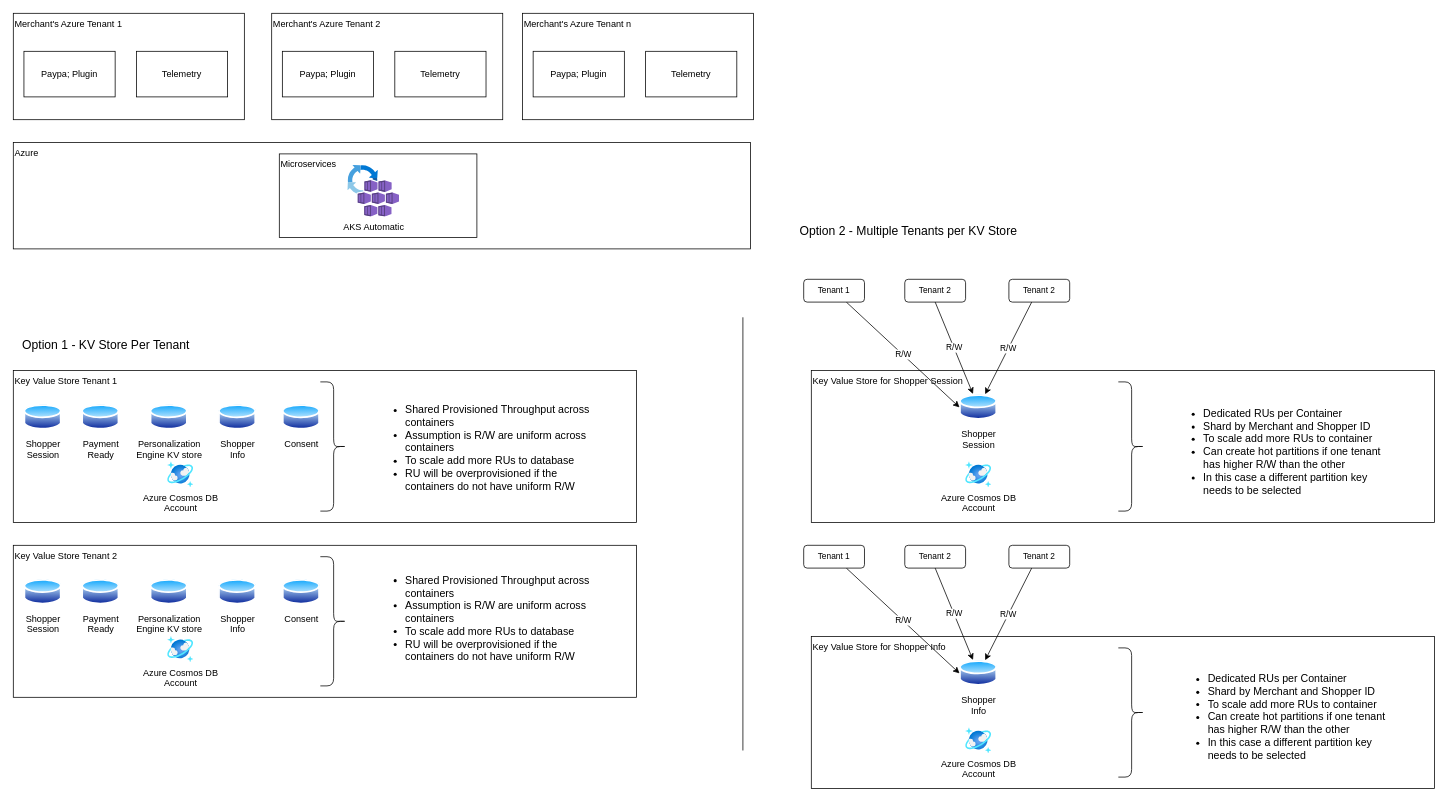
This is page "KV Store Design - Option 1" (2 of 5) of CC.drawio from anildwarepo/draw.io-artifacts, a draw.io file, before an edit. Source tidied: cells renumbered, new cells numbered last; positions are measured from the earlier drawing's top-left corner, leaving out a move shared by most shapes. Both pictures are drawn from the tidied source at 76%, with x=0, y=0 at pixel (13, 13).
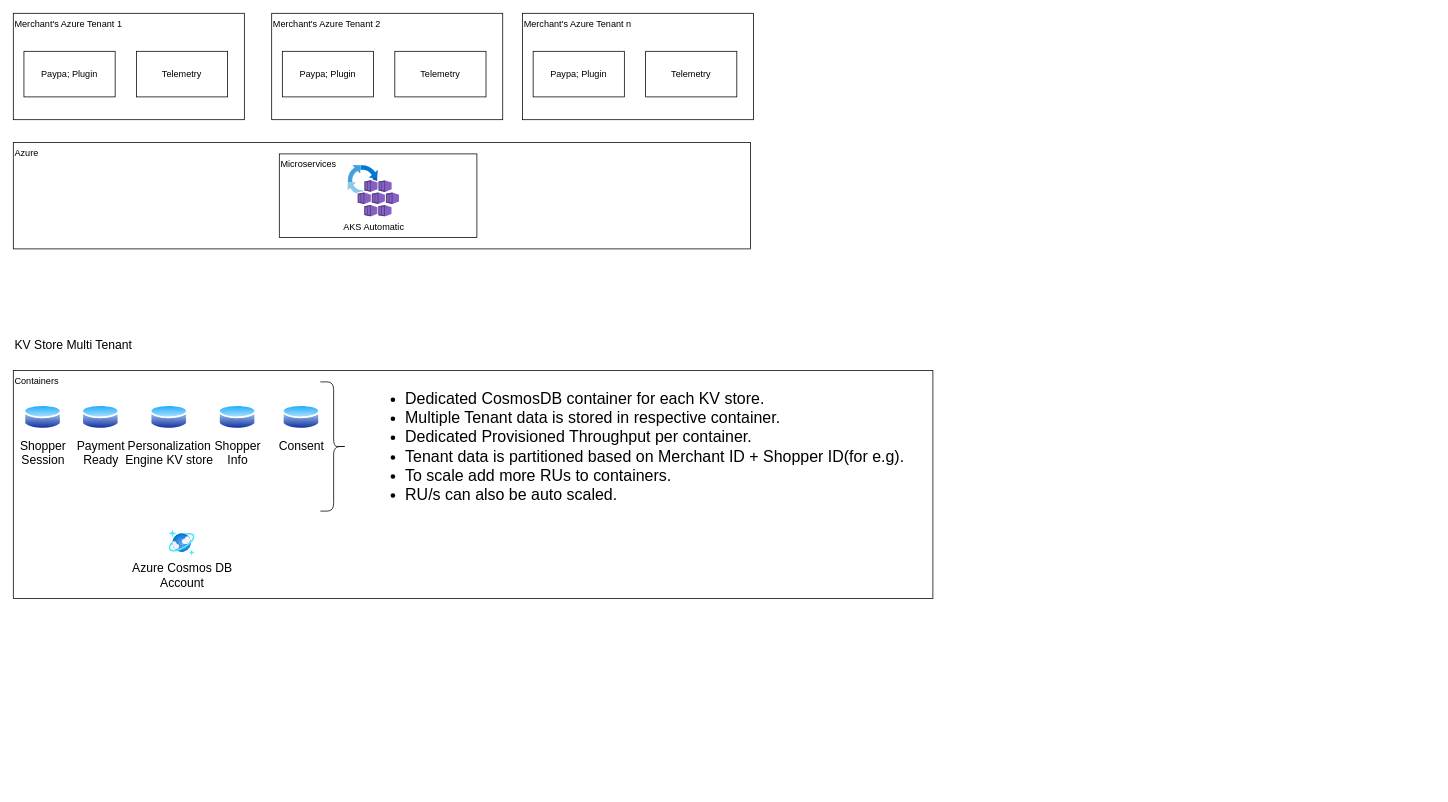
Above is the later version.

The edit, as a diff of the source:
```diff
@@
-    <mxCell id="14" value="Key Value Store Tenant 1" style="rounded=0;whiteSpace=wrap;html=1;align=left;verticalAlign=top;" parent="1" vertex="1">
-      <mxGeometry y="470" width="820" height="200" as="geometry" />
+    <mxCell id="14" value="Containers" style="rounded=0;whiteSpace=wrap;html=1;align=left;verticalAlign=top;" parent="1" vertex="1">
+      <mxGeometry y="470" width="1210" height="300" as="geometry" />
     </mxCell>
-    <mxCell id="15" value="Azure Cosmos DB&lt;div&gt;Account&lt;/div&gt;" style="image;html=1;align=center;fontSize=12;image=img/lib/azure2/databases/Azure_Cosmos_DB.svg;" parent="1" vertex="1">
-      <mxGeometry x="203" y="590" width="34" height="34" as="geometry" />
+    <mxCell id="15" value="Azure Cosmos DB&lt;div style=&quot;font-size: 16px;&quot;&gt;Account&lt;/div&gt;" style="image;html=1;align=center;fontSize=16;image=img/lib/azure2/databases/Azure_Cosmos_DB.svg;" parent="1" vertex="1">
+      <mxGeometry x="205" y="680" width="34" height="34" as="geometry" />
     </mxCell>
-    <mxCell id="16" value="Shopper&lt;div&gt;Session&lt;/div&gt;" style="image;perimeter=ellipsePerimeter;html=1;align=center;shadow=0;dashed=0;spacingTop=3;image=img/lib/active_directory/database.svg;imageBackground=none;" parent="1" vertex="1">
+    <mxCell id="16" value="Shopper&lt;div style=&quot;font-size: 16px;&quot;&gt;Session&lt;/div&gt;" style="image;perimeter=ellipsePerimeter;html=1;align=center;shadow=0;dashed=0;spacingTop=3;image=img/lib/active_directory/database.svg;imageBackground=none;fontSize=16;" parent="1" vertex="1">
       <mxGeometry x="14" y="513" width="50" height="37" as="geometry" />
     </mxCell>
-    <mxCell id="17" value="Shopper&lt;div&gt;Info&lt;/div&gt;" style="image;perimeter=ellipsePerimeter;html=1;align=center;shadow=0;dashed=0;spacingTop=3;image=img/lib/active_directory/database.svg;" parent="1" vertex="1">
+    <mxCell id="17" value="Shopper&lt;div style=&quot;font-size: 16px;&quot;&gt;Info&lt;/div&gt;" style="image;perimeter=ellipsePerimeter;html=1;align=center;shadow=0;dashed=0;spacingTop=3;image=img/lib/active_directory/database.svg;fontSize=16;" parent="1" vertex="1">
       <mxGeometry x="270" y="513" width="50" height="37" as="geometry" />
     </mxCell>
-    <mxCell id="18" value="Consent" style="image;perimeter=ellipsePerimeter;html=1;align=center;shadow=0;dashed=0;spacingTop=3;image=img/lib/active_directory/database.svg;" parent="1" vertex="1">
+    <mxCell id="18" value="Consent" style="image;perimeter=ellipsePerimeter;html=1;align=center;shadow=0;dashed=0;spacingTop=3;image=img/lib/active_directory/database.svg;fontSize=16;" parent="1" vertex="1">
       <mxGeometry x="354" y="513" width="50" height="37" as="geometry" />
     </mxCell>
-    <mxCell id="19" value="Payment&lt;div&gt;Ready&lt;/div&gt;" style="image;perimeter=ellipsePerimeter;html=1;align=center;shadow=0;dashed=0;spacingTop=3;image=img/lib/active_directory/database.svg;" parent="1" vertex="1">
+    <mxCell id="19" value="Payment&lt;div style=&quot;font-size: 16px;&quot;&gt;Ready&lt;/div&gt;" style="image;perimeter=ellipsePerimeter;html=1;align=center;shadow=0;dashed=0;spacingTop=3;image=img/lib/active_directory/database.svg;fontSize=16;" parent="1" vertex="1">
       <mxGeometry x="90" y="513" width="50" height="37" as="geometry" />
     </mxCell>
-    <mxCell id="20" value="Personalization&lt;div&gt;Engine KV store&lt;/div&gt;" style="image;perimeter=ellipsePerimeter;html=1;align=center;shadow=0;dashed=0;spacingTop=3;image=img/lib/active_directory/database.svg;" parent="1" vertex="1">
+    <mxCell id="20" value="Personalization&lt;div style=&quot;font-size: 16px;&quot;&gt;Engine KV store&lt;/div&gt;" style="image;perimeter=ellipsePerimeter;html=1;align=center;shadow=0;dashed=0;spacingTop=3;image=img/lib/active_directory/database.svg;fontSize=16;" parent="1" vertex="1">
       <mxGeometry x="180" y="513" width="50" height="37" as="geometry" />
     </mxCell>
-    <mxCell id="21" value="&lt;div&gt;&lt;div&gt;&lt;br&gt;&lt;/div&gt;&lt;/div&gt;" style="shape=curlyBracket;whiteSpace=wrap;html=1;rounded=1;flipH=1;labelPosition=right;verticalLabelPosition=middle;align=center;verticalAlign=middle;rotation=0;textDirection=vertical-rl;horizontal=0;flipV=1;fontSize=15;" parent="1" vertex="1">
+    <mxCell id="21" value="&lt;div style=&quot;font-size: 16px;&quot;&gt;&lt;div style=&quot;font-size: 16px;&quot;&gt;&lt;br style=&quot;font-size: 16px;&quot;&gt;&lt;/div&gt;&lt;/div&gt;" style="shape=curlyBracket;whiteSpace=wrap;html=1;rounded=1;flipH=1;labelPosition=right;verticalLabelPosition=middle;align=center;verticalAlign=middle;rotation=0;textDirection=vertical-rl;horizontal=0;flipV=1;fontSize=16;" parent="1" vertex="1">
       <mxGeometry x="404" y="485" width="35" height="170" as="geometry" />
     </mxCell>
-    <mxCell id="22" value="&lt;ul style=&quot;font-size: 14px;&quot;&gt;&lt;li style=&quot;font-size: 14px;&quot;&gt;Shared Provisioned Throughput across containers&lt;/li&gt;&lt;li style=&quot;font-size: 14px;&quot;&gt;Assumption is R/W are uniform across containers&lt;/li&gt;&lt;li style=&quot;font-size: 14px;&quot;&gt;To scale add more RUs to database&lt;/li&gt;&lt;li style=&quot;font-size: 14px;&quot;&gt;RU will be overprovisioned if the containers do not have uniform R/W&lt;/li&gt;&lt;/ul&gt;" style="text;html=1;align=left;verticalAlign=middle;whiteSpace=wrap;rounded=0;fontFamily=Helvetica;fontSize=14;fontColor=default;labelBackgroundColor=default;" parent="1" vertex="1">
-      <mxGeometry x="474" y="513" width="286" height="117" as="geometry" />
+    <mxCell id="22" value="&lt;ul style=&quot;font-size: 21px;&quot;&gt;&lt;li style=&quot;font-size: 21px;&quot;&gt;Dedicated CosmosDB container for each KV store.&lt;/li&gt;&lt;li style=&quot;font-size: 21px;&quot;&gt;Multiple Tenant data is stored in respective container.&lt;/li&gt;&lt;li style=&quot;font-size: 21px;&quot;&gt;Dedicated Provisioned Throughput per container.&lt;/li&gt;&lt;li style=&quot;font-size: 21px;&quot;&gt;Tenant data is partitioned based on Merchant ID + Shopper ID(for e.g).&lt;/li&gt;&lt;li style=&quot;font-size: 21px;&quot;&gt;To scale add more RUs to containers.&lt;br style=&quot;font-size: 21px;&quot;&gt;&lt;/li&gt;&lt;li style=&quot;font-size: 21px;&quot;&gt;RU/s can also be auto scaled.&lt;/li&gt;&lt;/ul&gt;" style="text;html=1;align=left;verticalAlign=middle;whiteSpace=wrap;rounded=0;fontFamily=Helvetica;fontSize=21;fontColor=default;labelBackgroundColor=default;" parent="1" vertex="1">
+      <mxGeometry x="474" y="490" width="716" height="160" as="geometry" />
     </mxCell>
-    <mxCell id="23" value="Key Value Store Tenant 2" style="rounded=0;whiteSpace=wrap;html=1;align=left;verticalAlign=top;" parent="1" vertex="1">
-      <mxGeometry y="700" width="820" height="200" as="geometry" />
-    </mxCell>
-    <mxCell id="24" value="Azure Cosmos DB&lt;div&gt;Account&lt;/div&gt;" style="image;html=1;align=center;fontSize=12;image=img/lib/azure2/databases/Azure_Cosmos_DB.svg;" parent="1" vertex="1">
-      <mxGeometry x="203" y="820" width="34" height="34" as="geometry" />
-    </mxCell>
-    <mxCell id="25" value="Shopper&lt;div&gt;Session&lt;/div&gt;" style="image;perimeter=ellipsePerimeter;html=1;align=center;shadow=0;dashed=0;spacingTop=3;image=img/lib/active_directory/database.svg;imageBackground=none;" parent="1" vertex="1">
-      <mxGeometry x="14" y="743" width="50" height="37" as="geometry" />
-    </mxCell>
-    <mxCell id="26" value="Shopper&lt;div&gt;Info&lt;/div&gt;" style="image;perimeter=ellipsePerimeter;html=1;align=center;shadow=0;dashed=0;spacingTop=3;image=img/lib/active_directory/database.svg;" parent="1" vertex="1">
-      <mxGeometry x="270" y="743" width="50" height="37" as="geometry" />
-    </mxCell>
-    <mxCell id="27" value="Consent" style="image;perimeter=ellipsePerimeter;html=1;align=center;shadow=0;dashed=0;spacingTop=3;image=img/lib/active_directory/database.svg;" parent="1" vertex="1">
-      <mxGeometry x="354" y="743" width="50" height="37" as="geometry" />
-    </mxCell>
-    <mxCell id="28" value="Payment&lt;div&gt;Ready&lt;/div&gt;" style="image;perimeter=ellipsePerimeter;html=1;align=center;shadow=0;dashed=0;spacingTop=3;image=img/lib/active_directory/database.svg;" parent="1" vertex="1">
-      <mxGeometry x="90" y="743" width="50" height="37" as="geometry" />
-    </mxCell>
-    <mxCell id="29" value="Personalization&lt;div&gt;Engine KV store&lt;/div&gt;" style="image;perimeter=ellipsePerimeter;html=1;align=center;shadow=0;dashed=0;spacingTop=3;image=img/lib/active_directory/database.svg;" parent="1" vertex="1">
-      <mxGeometry x="180" y="743" width="50" height="37" as="geometry" />
-    </mxCell>
-    <mxCell id="30" value="&lt;div&gt;&lt;div&gt;&lt;br&gt;&lt;/div&gt;&lt;/div&gt;" style="shape=curlyBracket;whiteSpace=wrap;html=1;rounded=1;flipH=1;labelPosition=right;verticalLabelPosition=middle;align=center;verticalAlign=middle;rotation=0;textDirection=vertical-rl;horizontal=0;flipV=1;fontSize=15;" parent="1" vertex="1">
-      <mxGeometry x="404" y="715" width="35" height="170" as="geometry" />
-    </mxCell>
-    <mxCell id="31" value="&lt;ul style=&quot;font-size: 14px;&quot;&gt;&lt;li style=&quot;font-size: 14px;&quot;&gt;Shared Provisioned Throughput across containers&lt;/li&gt;&lt;li style=&quot;font-size: 14px;&quot;&gt;Assumption is R/W are uniform across containers&lt;/li&gt;&lt;li style=&quot;font-size: 14px;&quot;&gt;To scale add more RUs to database&lt;/li&gt;&lt;li style=&quot;font-size: 14px;&quot;&gt;RU will be overprovisioned if the containers do not have uniform R/W&lt;/li&gt;&lt;/ul&gt;" style="text;html=1;align=left;verticalAlign=middle;whiteSpace=wrap;rounded=0;fontFamily=Helvetica;fontSize=14;fontColor=default;labelBackgroundColor=default;" parent="1" vertex="1">
-      <mxGeometry x="474" y="737" width="286" height="117" as="geometry" />
-    </mxCell>
-    <mxCell id="32" style="endArrow=none;html=1;rounded=0;strokeColor=default;align=center;verticalAlign=middle;fontFamily=Helvetica;fontSize=11;fontColor=default;labelBackgroundColor=default;edgeStyle=orthogonalEdgeStyle;curved=0;" parent="1" edge="1">
-      <mxGeometry relative="1" as="geometry">
-        <mxPoint x="960" y="970" as="sourcePoint" />
-        <mxPoint x="960" y="400" as="targetPoint" />
-      </mxGeometry>
-    </mxCell>
-    <mxCell id="33" value="Key Value Store for Shopper Session" style="rounded=0;whiteSpace=wrap;html=1;align=left;verticalAlign=top;" parent="1" vertex="1">
-      <mxGeometry x="1050" y="470" width="820" height="200" as="geometry" />
-    </mxCell>
-    <mxCell id="34" value="Azure Cosmos DB&lt;div&gt;Account&lt;/div&gt;" style="image;html=1;align=center;fontSize=12;image=img/lib/azure2/databases/Azure_Cosmos_DB.svg;" parent="1" vertex="1">
-      <mxGeometry x="1253" y="590" width="34" height="34" as="geometry" />
-    </mxCell>
-    <mxCell id="35" value="Shopper&lt;div&gt;Session&lt;/div&gt;" style="image;perimeter=ellipsePerimeter;html=1;align=center;shadow=0;dashed=0;spacingTop=3;image=img/lib/active_directory/database.svg;imageBackground=none;" parent="1" vertex="1">
-      <mxGeometry x="1245" y="500" width="50" height="37" as="geometry" />
-    </mxCell>
-    <mxCell id="36" value="&lt;div&gt;&lt;div&gt;&lt;br&gt;&lt;/div&gt;&lt;/div&gt;" style="shape=curlyBracket;whiteSpace=wrap;html=1;rounded=1;flipH=1;labelPosition=right;verticalLabelPosition=middle;align=center;verticalAlign=middle;rotation=0;textDirection=vertical-rl;horizontal=0;flipV=1;fontSize=15;" parent="1" vertex="1">
-      <mxGeometry x="1454" y="485" width="35" height="170" as="geometry" />
-    </mxCell>
-    <mxCell id="37" value="&lt;ul style=&quot;font-size: 14px;&quot;&gt;&lt;li style=&quot;font-size: 14px;&quot;&gt;Dedicated RUs per Container&lt;/li&gt;&lt;li style=&quot;font-size: 14px;&quot;&gt;Shard by Merchant and Shopper ID&lt;br style=&quot;font-size: 14px;&quot;&gt;&lt;/li&gt;&lt;li style=&quot;font-size: 14px;&quot;&gt;To scale add more RUs to container&lt;br style=&quot;font-size: 14px;&quot;&gt;&lt;/li&gt;&lt;li style=&quot;font-size: 14px;&quot;&gt;Can create hot partitions if one tenant has higher R/W than the other&lt;/li&gt;&lt;li style=&quot;font-size: 14px;&quot;&gt;In this case a different partition key needs to be selected&lt;/li&gt;&lt;/ul&gt;" style="text;html=1;align=left;verticalAlign=middle;whiteSpace=wrap;rounded=0;fontFamily=Helvetica;fontSize=14;fontColor=default;labelBackgroundColor=default;" parent="1" vertex="1">
-      <mxGeometry x="1524" y="513" width="286" height="127" as="geometry" />
-    </mxCell>
-    <mxCell id="38" value="R/W" style="shape=connector;rounded=0;jettySize=auto;html=1;entryX=0;entryY=0.5;entryDx=0;entryDy=0;strokeColor=default;align=center;verticalAlign=middle;fontFamily=Helvetica;fontSize=11;fontColor=default;labelBackgroundColor=default;endArrow=classic;" parent="1" edge="1" source="39" target="35">
-      <mxGeometry relative="1" as="geometry" />
-    </mxCell>
-    <mxCell id="39" value="Tenant 1" style="rounded=1;whiteSpace=wrap;html=1;fontFamily=Helvetica;fontSize=11;fontColor=default;labelBackgroundColor=default;" parent="1" vertex="1">
-      <mxGeometry x="1040" y="350" width="80" height="30" as="geometry" />
-    </mxCell>
-    <mxCell id="40" value="Tenant 2" style="rounded=1;whiteSpace=wrap;html=1;fontFamily=Helvetica;fontSize=11;fontColor=default;labelBackgroundColor=default;" parent="1" vertex="1">
-      <mxGeometry x="1173" y="350" width="80" height="30" as="geometry" />
-    </mxCell>
-    <mxCell id="41" value="Tenant 2" style="rounded=1;whiteSpace=wrap;html=1;fontFamily=Helvetica;fontSize=11;fontColor=default;labelBackgroundColor=default;" parent="1" vertex="1">
-      <mxGeometry x="1310" y="350" width="80" height="30" as="geometry" />
-    </mxCell>
-    <mxCell id="42" value="R/W" style="shape=connector;rounded=0;jettySize=auto;html=1;strokeColor=default;align=center;verticalAlign=middle;fontFamily=Helvetica;fontSize=11;fontColor=default;labelBackgroundColor=default;endArrow=classic;exitX=0.5;exitY=1;exitDx=0;exitDy=0;" parent="1" edge="1" source="40" target="35">
-      <mxGeometry relative="1" as="geometry" />
-    </mxCell>
-    <mxCell id="43" value="R/W" style="shape=connector;rounded=0;jettySize=auto;html=1;strokeColor=default;align=center;verticalAlign=middle;fontFamily=Helvetica;fontSize=11;fontColor=default;labelBackgroundColor=default;endArrow=classic;exitX=0.5;exitY=1;exitDx=0;exitDy=0;" parent="1" edge="1" target="35">
-      <mxGeometry relative="1" as="geometry">
-        <mxPoint x="1340" y="380" as="sourcePoint" />
-      </mxGeometry>
-    </mxCell>
-    <mxCell id="44" value="Key Value Store for Shopper Info" style="rounded=0;whiteSpace=wrap;html=1;align=left;verticalAlign=top;" parent="1" vertex="1">
-      <mxGeometry x="1050" y="820" width="820" height="200" as="geometry" />
-    </mxCell>
-    <mxCell id="45" value="Azure Cosmos DB&lt;div&gt;Account&lt;/div&gt;" style="image;html=1;align=center;fontSize=12;image=img/lib/azure2/databases/Azure_Cosmos_DB.svg;" parent="1" vertex="1">
-      <mxGeometry x="1253" y="940" width="34" height="34" as="geometry" />
-    </mxCell>
-    <mxCell id="46" value="Shopper&lt;div&gt;Info&lt;/div&gt;" style="image;perimeter=ellipsePerimeter;html=1;align=center;shadow=0;dashed=0;spacingTop=3;image=img/lib/active_directory/database.svg;imageBackground=none;" parent="1" vertex="1">
-      <mxGeometry x="1245" y="850" width="50" height="37" as="geometry" />
-    </mxCell>
-    <mxCell id="47" value="&lt;div&gt;&lt;div&gt;&lt;br&gt;&lt;/div&gt;&lt;/div&gt;" style="shape=curlyBracket;whiteSpace=wrap;html=1;rounded=1;flipH=1;labelPosition=right;verticalLabelPosition=middle;align=center;verticalAlign=middle;rotation=0;textDirection=vertical-rl;horizontal=0;flipV=1;fontSize=15;" parent="1" vertex="1">
-      <mxGeometry x="1454" y="835" width="35" height="170" as="geometry" />
-    </mxCell>
-    <mxCell id="48" value="R/W" style="shape=connector;rounded=0;jettySize=auto;html=1;entryX=0;entryY=0.5;entryDx=0;entryDy=0;strokeColor=default;align=center;verticalAlign=middle;fontFamily=Helvetica;fontSize=11;fontColor=default;labelBackgroundColor=default;endArrow=classic;" parent="1" edge="1" source="49" target="46">
-      <mxGeometry relative="1" as="geometry" />
-    </mxCell>
-    <mxCell id="49" value="Tenant 1" style="rounded=1;whiteSpace=wrap;html=1;fontFamily=Helvetica;fontSize=11;fontColor=default;labelBackgroundColor=default;" parent="1" vertex="1">
-      <mxGeometry x="1040" y="700" width="80" height="30" as="geometry" />
-    </mxCell>
-    <mxCell id="50" value="Tenant 2" style="rounded=1;whiteSpace=wrap;html=1;fontFamily=Helvetica;fontSize=11;fontColor=default;labelBackgroundColor=default;" parent="1" vertex="1">
-      <mxGeometry x="1173" y="700" width="80" height="30" as="geometry" />
-    </mxCell>
-    <mxCell id="51" value="Tenant 2" style="rounded=1;whiteSpace=wrap;html=1;fontFamily=Helvetica;fontSize=11;fontColor=default;labelBackgroundColor=default;" parent="1" vertex="1">
-      <mxGeometry x="1310" y="700" width="80" height="30" as="geometry" />
-    </mxCell>
-    <mxCell id="52" value="R/W" style="shape=connector;rounded=0;jettySize=auto;html=1;strokeColor=default;align=center;verticalAlign=middle;fontFamily=Helvetica;fontSize=11;fontColor=default;labelBackgroundColor=default;endArrow=classic;exitX=0.5;exitY=1;exitDx=0;exitDy=0;" parent="1" edge="1" source="50" target="46">
-      <mxGeometry relative="1" as="geometry" />
-    </mxCell>
-    <mxCell id="53" value="R/W" style="shape=connector;rounded=0;jettySize=auto;html=1;strokeColor=default;align=center;verticalAlign=middle;fontFamily=Helvetica;fontSize=11;fontColor=default;labelBackgroundColor=default;endArrow=classic;exitX=0.5;exitY=1;exitDx=0;exitDy=0;" parent="1" edge="1" target="46">
-      <mxGeometry relative="1" as="geometry">
-        <mxPoint x="1340" y="730" as="sourcePoint" />
-      </mxGeometry>
-    </mxCell>
-    <mxCell id="54" value="&lt;ul style=&quot;font-size: 14px;&quot;&gt;&lt;li style=&quot;font-size: 14px;&quot;&gt;Dedicated RUs per Container&lt;/li&gt;&lt;li style=&quot;font-size: 14px;&quot;&gt;Shard by Merchant and Shopper ID&lt;br style=&quot;font-size: 14px;&quot;&gt;&lt;/li&gt;&lt;li style=&quot;font-size: 14px;&quot;&gt;To scale add more RUs to container&lt;br style=&quot;font-size: 14px;&quot;&gt;&lt;/li&gt;&lt;li style=&quot;font-size: 14px;&quot;&gt;Can create hot partitions if one tenant has higher R/W than the other&lt;/li&gt;&lt;li style=&quot;font-size: 14px;&quot;&gt;In this case a different partition key needs to be selected&lt;/li&gt;&lt;/ul&gt;" style="text;html=1;align=left;verticalAlign=middle;whiteSpace=wrap;rounded=0;fontFamily=Helvetica;fontSize=14;fontColor=default;labelBackgroundColor=default;" parent="1" vertex="1">
-      <mxGeometry x="1530" y="861.5" width="286" height="128.5" as="geometry" />
-    </mxCell>
-    <mxCell id="55" value="Option 2 - Multiple Tenants per KV Store" style="text;whiteSpace=wrap;fontFamily=Helvetica;fontSize=16;fontColor=default;labelBackgroundColor=default;" parent="1" vertex="1">
-      <mxGeometry x="1033" y="270" width="317" height="40" as="geometry" />
-    </mxCell>
-    <mxCell id="56" value="Option 1 - KV Store Per Tenant" style="text;whiteSpace=wrap;fontFamily=Helvetica;fontSize=16;fontColor=default;labelBackgroundColor=default;" parent="1" vertex="1">
-      <mxGeometry x="10" y="420" width="280" height="40" as="geometry" />
+    <mxCell id="56" value="KV Store Multi Tenant" style="text;whiteSpace=wrap;fontFamily=Helvetica;fontSize=16;fontColor=default;labelBackgroundColor=default;" parent="1" vertex="1">
+      <mxGeometry y="420" width="280" height="40" as="geometry" />
     </mxCell>
```
